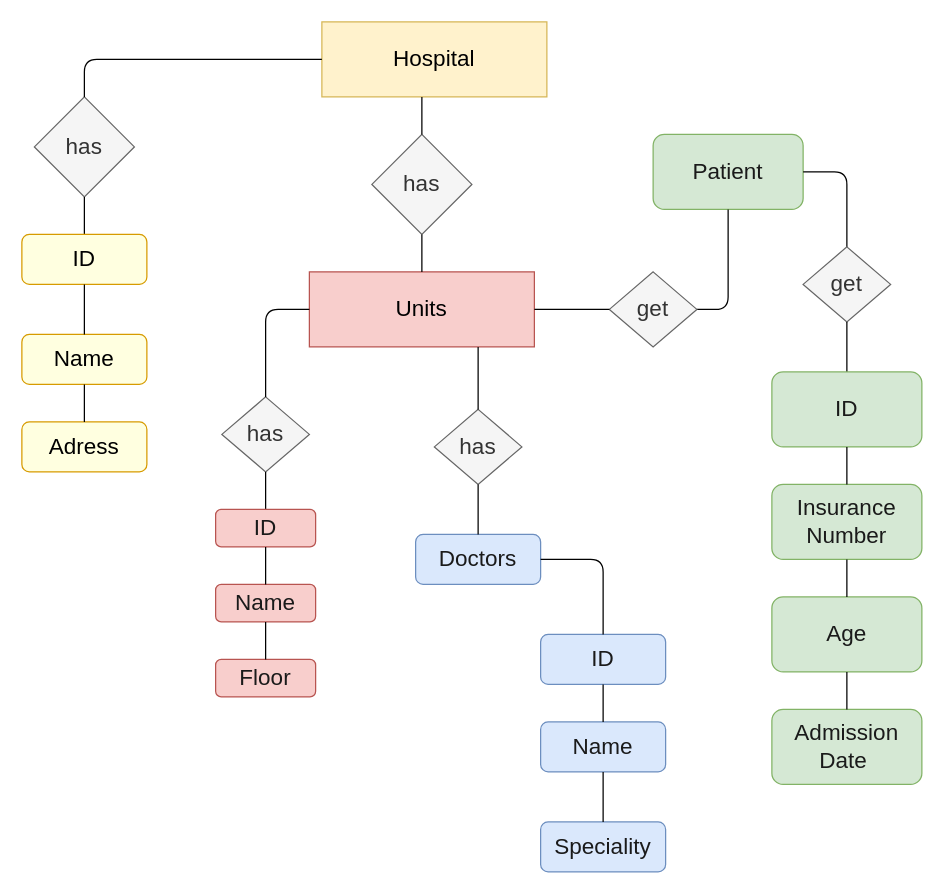
This is page "Page-2" (2 of 3) of Health_Center.drawio from Queeen520/DATABASE_PLANNING, a draw.io file, before an edit. Source tidied: cells renumbered, new cells numbered last; positions are measured from the earlier drawing's top-left corner, leaving out a move shared by most shapes. Both pictures are drawn from the tidied source at 125%, with x=0, y=0 at pixel (21, 21).
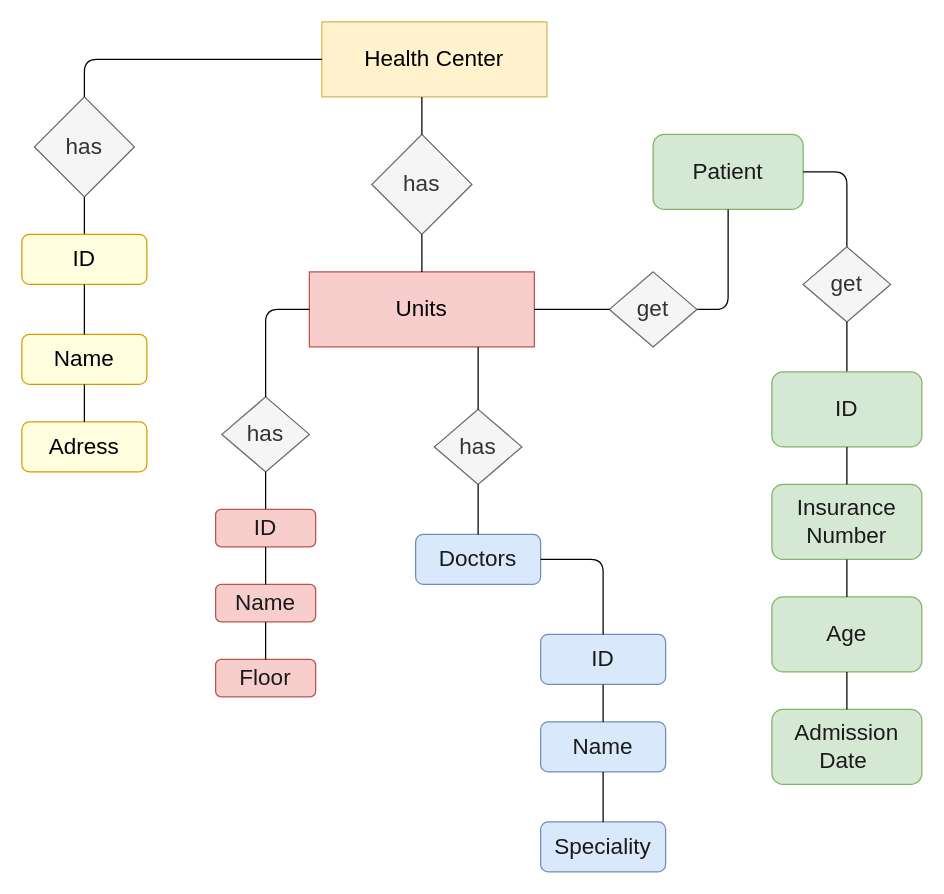
Above is the later version.

Commit message (it also covers changes not shown here):
health center update

Change to the diagram source:
```diff
@@
-    <mxCell id="2" value="&lt;font color=&quot;#000000&quot;&gt;Hospital&lt;/font&gt;" style="rounded=0;whiteSpace=wrap;html=1;fontSize=18;fillColor=#fff2cc;strokeColor=#d6b656;" parent="1" vertex="1">
+    <mxCell id="2" value="&lt;font color=&quot;#000000&quot;&gt;Health Center&lt;/font&gt;" style="rounded=0;whiteSpace=wrap;html=1;fontSize=18;fillColor=#fff2cc;strokeColor=#d6b656;" parent="1" vertex="1">
       <mxGeometry x="240" width="180" height="60" as="geometry" />
     </mxCell>
```
